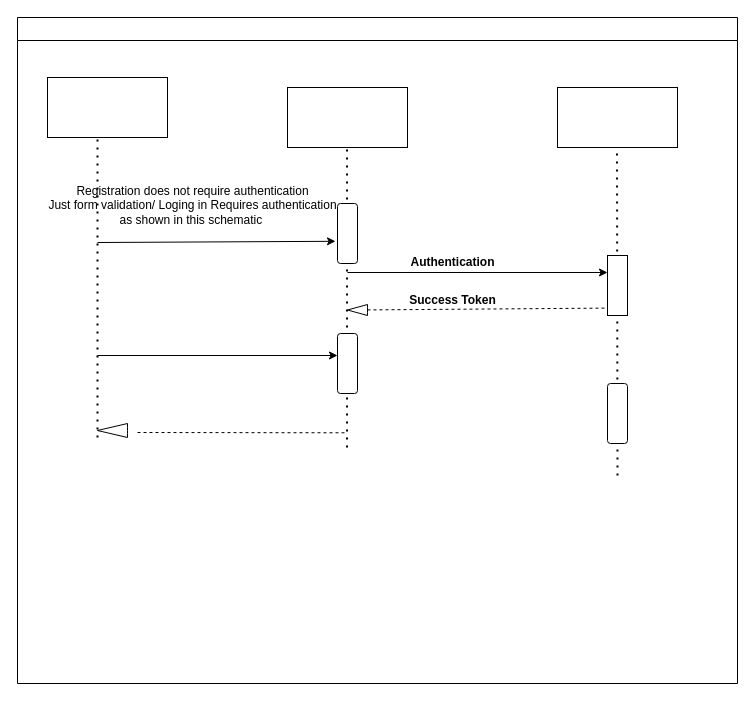
Above: sequenceDiagram.drawio in DozzyMontalo/eCommerceUserService (draw.io), before the change. Source tidied: cells renumbered, new cells numbered last; positions are measured from the earlier drawing's top-left corner, leaving out a move shared by most shapes. Both pictures are drawn from the tidied source at 100%, with x=0, y=0 at pixel (17, 17).
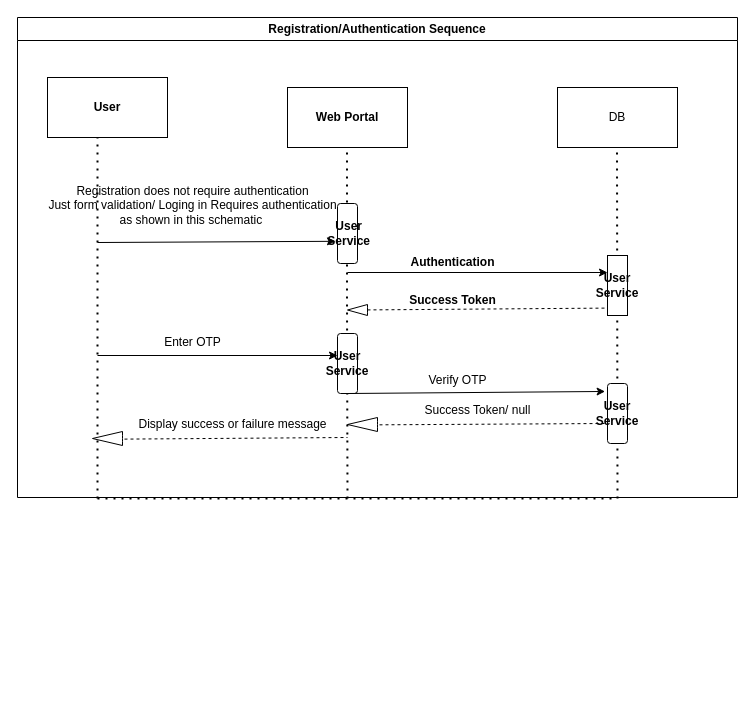
After the change.

What changed in the source:
```diff
@@
-    <mxCell id="2" style="swimlane;whiteSpace=wrap;html=1;" parent="1" vertex="1">
-      <mxGeometry width="720" height="666" as="geometry" />
+    <mxCell id="2" value="Registration/Authentication Sequence" style="swimlane;whiteSpace=wrap;html=1;" parent="1" vertex="1">
+      <mxGeometry width="720" height="480" as="geometry" />
     </mxCell>
-    <mxCell id="3" style="rounded=0;whiteSpace=wrap;html=1;" parent="2" vertex="1">
+    <mxCell id="3" value="&lt;b&gt;User&lt;/b&gt;" style="rounded=0;whiteSpace=wrap;html=1;" parent="2" vertex="1">
       <mxGeometry x="30" y="60" width="120" height="60" as="geometry" />
     </mxCell>
-    <mxCell id="4" style="rounded=0;whiteSpace=wrap;html=1;" parent="2" vertex="1">
+    <mxCell id="4" value="&lt;b&gt;Web Portal&lt;/b&gt;" style="rounded=0;whiteSpace=wrap;html=1;" parent="2" vertex="1">
       <mxGeometry x="270" y="70" width="120" height="60" as="geometry" />
     </mxCell>
-    <mxCell id="5" style="rounded=0;whiteSpace=wrap;html=1;" parent="2" vertex="1">
+    <mxCell id="5" value="DB" style="rounded=0;whiteSpace=wrap;html=1;" parent="2" vertex="1">
       <mxGeometry x="540" y="70" width="120" height="60" as="geometry" />
     </mxCell>
     <mxCell id="6" style="endArrow=none;dashed=1;html=1;dashPattern=1 3;strokeWidth=2;rounded=0;entryX=0.5;entryY=1;entryDx=0;entryDy=0;" parent="2" edge="1">
       <mxGeometry relative="1" as="geometry">
-        <mxPoint x="329.5" y="430" as="sourcePoint" />
+        <mxPoint x="330" y="481" as="sourcePoint" />
         <mxPoint x="329.5" y="130" as="targetPoint" />
         <Array as="points">
           <mxPoint x="329.5" y="280" />
         </Array>
       </mxGeometry>
     </mxCell>
-    <mxCell id="7" style="rounded=1;whiteSpace=wrap;html=1;direction=south;" parent="2" vertex="1">
+    <mxCell id="7" value="&lt;b&gt;&amp;nbsp;User&lt;/b&gt;&lt;div&gt;&lt;b&gt;&amp;nbsp;Service&lt;/b&gt;&lt;/div&gt;" style="rounded=1;whiteSpace=wrap;html=1;direction=south;" parent="2" vertex="1">
       <mxGeometry x="320" y="186" width="20" height="60" as="geometry" />
     </mxCell>
-    <mxCell id="8" style="rounded=1;whiteSpace=wrap;html=1;direction=south;" parent="2" vertex="1">
+    <mxCell id="8" value="&lt;b&gt;User&lt;/b&gt;&lt;div&gt;&lt;b&gt;Service&lt;/b&gt;&lt;/div&gt;" style="rounded=1;whiteSpace=wrap;html=1;direction=south;" parent="2" vertex="1">
       <mxGeometry x="320" y="316" width="20" height="60" as="geometry" />
     </mxCell>
     <mxCell id="9" style="endArrow=none;dashed=1;html=1;dashPattern=1 3;strokeWidth=2;rounded=0;entryX=0.5;entryY=1;entryDx=0;entryDy=0;" parent="2" edge="1">
       <mxGeometry relative="1" as="geometry">
-        <mxPoint x="600" y="458" as="sourcePoint" />
+        <mxPoint x="600" y="481" as="sourcePoint" />
         <mxPoint x="599.5" y="130" as="targetPoint" />
       </mxGeometry>
     </mxCell>
     <mxCell id="10" style="endArrow=none;dashed=1;html=1;dashPattern=1 3;strokeWidth=2;rounded=0;entryX=0.5;entryY=1;entryDx=0;entryDy=0;" parent="2" edge="1">
       <mxGeometry relative="1" as="geometry">
-        <mxPoint x="80" y="420" as="sourcePoint" />
+        <mxPoint x="80" y="481" as="sourcePoint" />
         <mxPoint x="80" y="120" as="targetPoint" />
         <Array as="points">
           <mxPoint x="80" y="270" />
         </Array>
       </mxGeometry>
     </mxCell>
-    <mxCell id="11" style="rounded=1;whiteSpace=wrap;html=1;direction=south;" parent="2" vertex="1">
+    <mxCell id="11" value="&lt;b&gt;User&lt;/b&gt;&lt;div&gt;&lt;b&gt;Service&lt;/b&gt;&lt;/div&gt;" style="rounded=1;whiteSpace=wrap;html=1;direction=south;" parent="2" vertex="1">
       <mxGeometry x="590" y="366" width="20" height="60" as="geometry" />
     </mxCell>
@@
-    <mxCell id="14" style="rounded=1;whiteSpace=wrap;html=1;direction=south;arcSize=0;" parent="2" vertex="1">
+    <mxCell id="14" value="&lt;b&gt;User&lt;/b&gt;&lt;div&gt;&lt;b&gt;Service&lt;/b&gt;&lt;/div&gt;" style="rounded=1;whiteSpace=wrap;html=1;direction=south;arcSize=0;" parent="2" vertex="1">
       <mxGeometry x="590" y="238" width="20" height="60" as="geometry" />
     </mxCell>
@@
-    <mxCell id="19" style="endArrow=none;dashed=1;html=1;rounded=0;entryX=0.627;entryY=1.08;entryDx=0;entryDy=0;entryPerimeter=0;" parent="2" edge="1">
+    <mxCell id="19" style="endArrow=none;dashed=1;html=1;rounded=0;exitX=0;exitY=0;exitDx=0;exitDy=14;exitPerimeter=0;" parent="2" edge="1">
       <mxGeometry relative="1" as="geometry">
-        <mxPoint x="120" y="415" as="sourcePoint" />
-        <mxPoint x="330" y="415.3" as="targetPoint" />
+        <mxPoint x="95" y="421.7" as="sourcePoint" />
+        <mxPoint x="330" y="420" as="targetPoint" />
       </mxGeometry>
     </mxCell>
     <mxCell id="20" style="html=1;shadow=0;dashed=0;align=center;verticalAlign=middle;shape=mxgraph.arrows2.arrow;dy=0.6;dx=40;flipH=1;notch=0;" parent="2" vertex="1">
-      <mxGeometry x="80" y="406" width="30" height="14" as="geometry" />
+      <mxGeometry x="75" y="414" width="30" height="14" as="geometry" />
     </mxCell>
@@
+    <mxCell id="23" value="Enter OTP" style="text;html=1;align=center;verticalAlign=middle;strokeColor=none;fillColor=none;" parent="2" vertex="1">
+      <mxGeometry x="135" y="310" width="80" height="30" as="geometry" />
+    </mxCell>
+    <mxCell id="24" style="endArrow=none;dashed=1;html=1;dashPattern=1 3;strokeWidth=2;rounded=0;" parent="2" edge="1">
+      <mxGeometry relative="1" as="geometry">
+        <mxPoint x="80" y="481" as="sourcePoint" />
+        <mxPoint x="600" y="481" as="targetPoint" />
+      </mxGeometry>
+    </mxCell>
+    <mxCell id="25" style="endArrow=classic;html=1;rounded=0;entryX=0.133;entryY=1.12;entryDx=0;entryDy=0;entryPerimeter=0;" parent="2" edge="1" target="11">
+      <mxGeometry relative="1" as="geometry">
+        <mxPoint x="330" y="376" as="sourcePoint" />
+      </mxGeometry>
+    </mxCell>
+    <mxCell id="26" style="endArrow=none;dashed=1;html=1;rounded=0;entryX=0.627;entryY=1.08;entryDx=0;entryDy=0;entryPerimeter=0;" parent="2" edge="1">
+      <mxGeometry relative="1" as="geometry">
+        <mxPoint x="350" y="407.4" as="sourcePoint" />
+        <mxPoint x="590" y="406" as="targetPoint" />
+      </mxGeometry>
+    </mxCell>
+    <mxCell id="27" style="html=1;shadow=0;dashed=0;align=center;verticalAlign=middle;shape=mxgraph.arrows2.arrow;dy=0.6;dx=40;flipH=1;notch=0;" parent="2" vertex="1">
+      <mxGeometry x="330" y="400" width="30" height="14" as="geometry" />
+    </mxCell>
+    <mxCell id="28" value="Display success or failure message" style="text;html=1;align=center;verticalAlign=middle;strokeColor=none;fillColor=none;" parent="2" vertex="1">
+      <mxGeometry x="110" y="392" width="210" height="30" as="geometry" />
+    </mxCell>
+    <mxCell id="29" value="Verify OTP" style="text;html=1;align=center;verticalAlign=middle;strokeColor=none;fillColor=none;" parent="1" vertex="1">
+      <mxGeometry x="400" y="348" width="80" height="30" as="geometry" />
+    </mxCell>
+    <mxCell id="30" value="Success Token/ null" style="text;html=1;align=center;verticalAlign=middle;strokeColor=none;fillColor=none;" parent="1" vertex="1">
+      <mxGeometry x="395" y="378" width="130" height="30" as="geometry" />
+    </mxCell>
```
